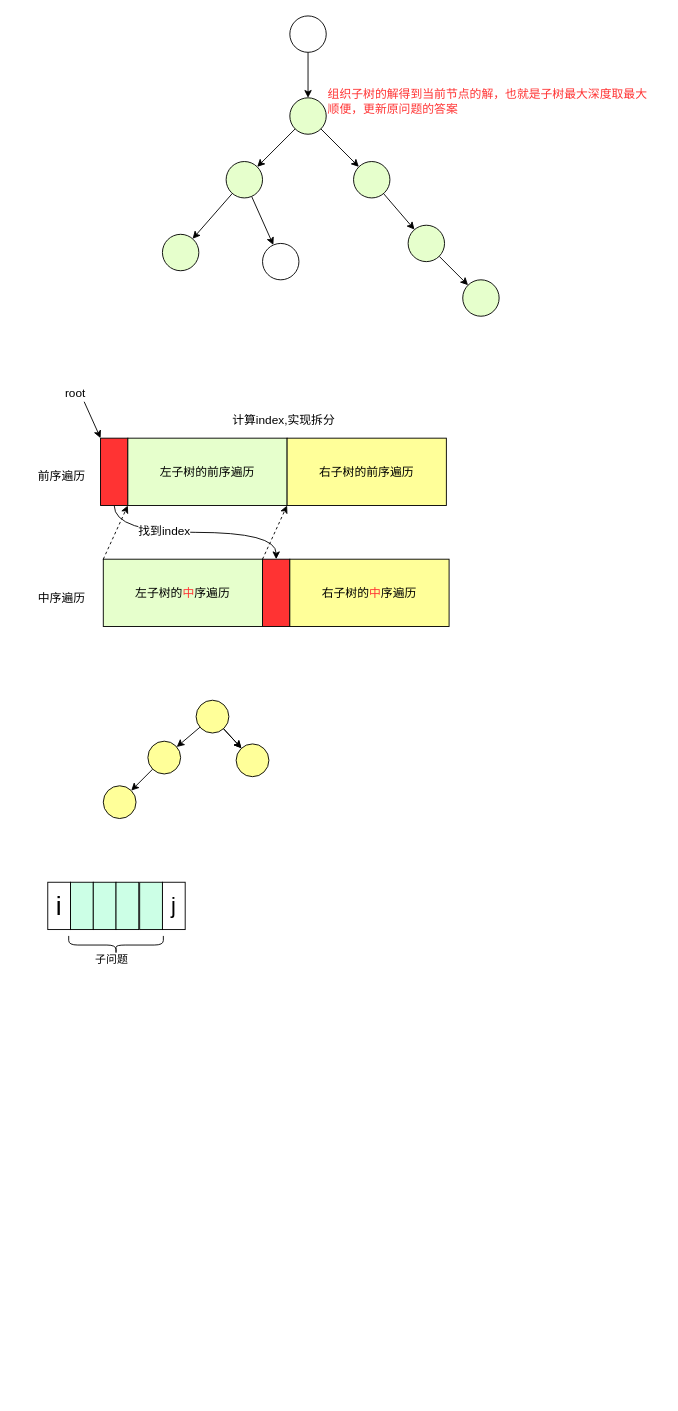
The draw.io diagram page "算法" (6 of 8) of docs/algorithm/算法.drawio in luckywind/TechWorld, before the edit. Source tidied: cells renumbered, new cells numbered last; positions are measured from the earlier drawing's top-left corner, leaving out a move shared by most shapes. Both pictures are drawn from the tidied source at 91%, with x=0, y=0 at pixel (29, 15).
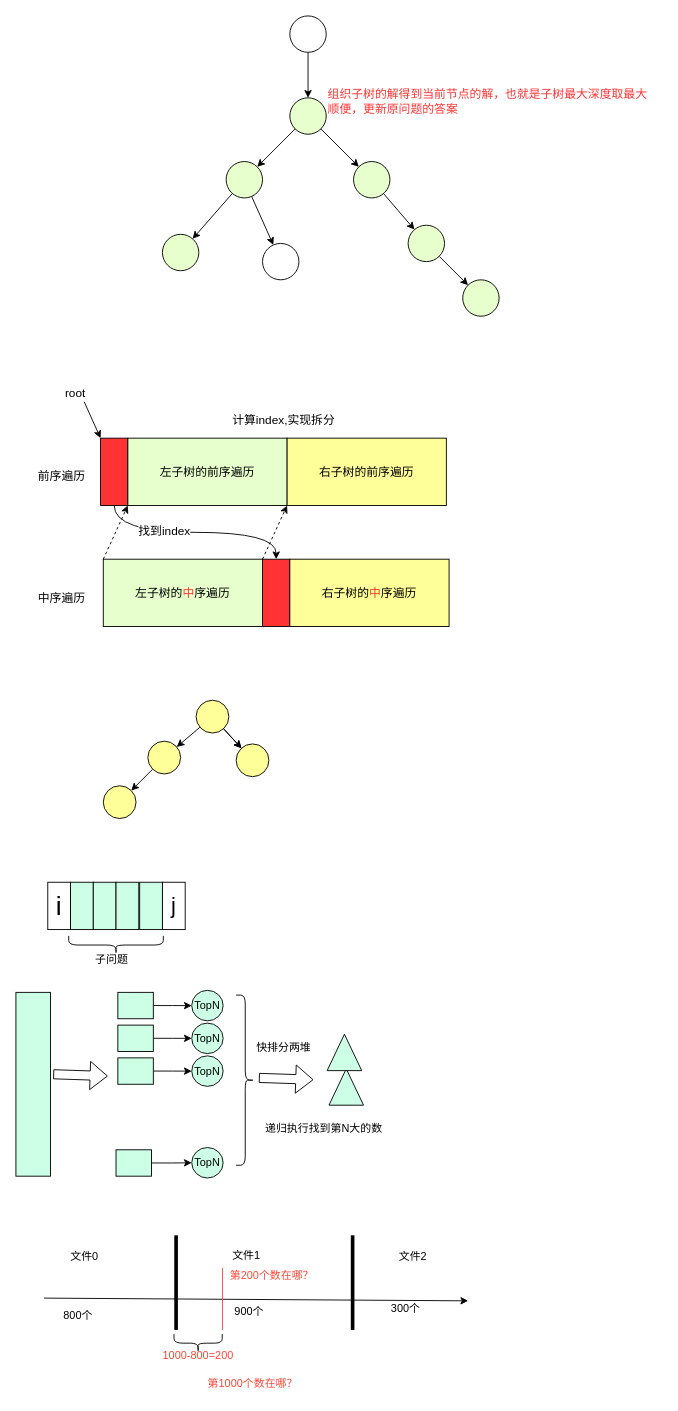
After the change.

The edit, as a diff of the source:
```diff
@@
+    <mxCell id="49" style="rounded=0;whiteSpace=wrap;html=1;fillColor=#CCFFE6;" parent="1" vertex="1">
+      <mxGeometry x="-15" y="1073" width="38" height="202" as="geometry" />
+    </mxCell>
+    <mxCell id="50" style="edgeStyle=orthogonalEdgeStyle;rounded=0;jettySize=auto;html=1;" parent="1" edge="1" source="51" target="59">
+      <mxGeometry relative="1" as="geometry" />
+    </mxCell>
+    <mxCell id="51" style="rounded=0;whiteSpace=wrap;html=1;fillColor=#CCFFE6;" parent="1" vertex="1">
+      <mxGeometry x="97" y="1073" width="39" height="29" as="geometry" />
+    </mxCell>
+    <mxCell id="52" style="edgeStyle=orthogonalEdgeStyle;rounded=0;jettySize=auto;html=1;exitX=1;exitY=0.5;exitDx=0;exitDy=0;entryX=0;entryY=0.5;entryDx=0;entryDy=0;" parent="1" edge="1" source="53" target="60">
+      <mxGeometry relative="1" as="geometry" />
+    </mxCell>
+    <mxCell id="53" style="rounded=0;whiteSpace=wrap;html=1;fillColor=#CCFFE6;" parent="1" vertex="1">
+      <mxGeometry x="97" y="1109" width="39" height="29" as="geometry" />
+    </mxCell>
+    <mxCell id="54" style="edgeStyle=orthogonalEdgeStyle;rounded=0;jettySize=auto;html=1;exitX=1;exitY=0.5;exitDx=0;exitDy=0;" parent="1" edge="1" source="55" target="61">
+      <mxGeometry relative="1" as="geometry" />
+    </mxCell>
+    <mxCell id="55" style="rounded=0;whiteSpace=wrap;html=1;fillColor=#CCFFE6;" parent="1" vertex="1">
+      <mxGeometry x="97" y="1145" width="39" height="29" as="geometry" />
+    </mxCell>
+    <mxCell id="56" style="edgeStyle=orthogonalEdgeStyle;rounded=0;jettySize=auto;html=1;exitX=1;exitY=0.5;exitDx=0;exitDy=0;" parent="1" edge="1" source="57" target="62">
+      <mxGeometry relative="1" as="geometry" />
+    </mxCell>
+    <mxCell id="57" style="rounded=0;whiteSpace=wrap;html=1;fillColor=#CCFFE6;" parent="1" vertex="1">
+      <mxGeometry x="95" y="1246" width="39" height="29" as="geometry" />
+    </mxCell>
+    <mxCell id="58" style="shape=flexArrow;endArrow=classic;html=1;rounded=0;" parent="1" edge="1">
+      <mxGeometry relative="1" as="geometry">
+        <mxPoint x="26" y="1163" as="sourcePoint" />
+        <mxPoint x="86" y="1165" as="targetPoint" />
+      </mxGeometry>
+    </mxCell>
+    <mxCell id="59" value="TopN" style="ellipse;whiteSpace=wrap;html=1;fillColor=#CCFFE6;rounded=0;" parent="1" vertex="1">
+      <mxGeometry x="178.2" y="1070.8" width="34.5" height="33.5" as="geometry" />
+    </mxCell>
+    <mxCell id="60" value="TopN" style="ellipse;whiteSpace=wrap;html=1;fillColor=#CCFFE6;rounded=0;" parent="1" vertex="1">
+      <mxGeometry x="178.2" y="1106.8" width="34.5" height="33.5" as="geometry" />
+    </mxCell>
+    <mxCell id="61" value="TopN" style="ellipse;whiteSpace=wrap;html=1;fillColor=#CCFFE6;rounded=0;" parent="1" vertex="1">
+      <mxGeometry x="178.2" y="1142.8" width="34.5" height="33.5" as="geometry" />
+    </mxCell>
+    <mxCell id="62" value="TopN" style="ellipse;whiteSpace=wrap;html=1;fillColor=#CCFFE6;rounded=0;" parent="1" vertex="1">
+      <mxGeometry x="178.2" y="1243.5" width="34.5" height="33.5" as="geometry" />
+    </mxCell>
+    <mxCell id="63" style="shape=curlyBracket;whiteSpace=wrap;html=1;rounded=1;flipH=1;fillColor=#CCFFE6;" parent="1" vertex="1">
+      <mxGeometry x="227" y="1076" width="20" height="187" as="geometry" />
+    </mxCell>
+    <mxCell id="64" style="triangle;whiteSpace=wrap;html=1;fillColor=#CCFFE6;rotation=-90;" parent="1" vertex="1">
+      <mxGeometry x="328" y="1158" width="40" height="38" as="geometry" />
+    </mxCell>
+    <mxCell id="65" style="shape=flexArrow;endArrow=classic;html=1;rounded=0;" parent="1" edge="1">
+      <mxGeometry relative="1" as="geometry">
+        <mxPoint x="252" y="1167" as="sourcePoint" />
+        <mxPoint x="312" y="1169" as="targetPoint" />
+      </mxGeometry>
+    </mxCell>
+    <mxCell id="66" value="快排分两堆" style="text;html=1;align=center;verticalAlign=middle;strokeColor=none;fillColor=none;" parent="1" vertex="1">
+      <mxGeometry x="239.5" y="1121" width="78" height="26" as="geometry" />
+    </mxCell>
+    <mxCell id="67" style="triangle;whiteSpace=wrap;html=1;fillColor=#CCFFE6;rotation=-90;" parent="1" vertex="1">
+      <mxGeometry x="326" y="1120" width="40" height="38" as="geometry" />
+    </mxCell>
+    <mxCell id="68" value="递归执行找到第N大的数" style="text;html=1;align=center;verticalAlign=middle;strokeColor=none;fillColor=none;" parent="1" vertex="1">
+      <mxGeometry x="249" y="1210" width="147" height="26" as="geometry" />
+    </mxCell>
+    <mxCell id="69" style="line;strokeWidth=4;direction=south;html=1;perimeter=backbonePerimeter;fillColor=#CCFFE6;" parent="1" vertex="1">
+      <mxGeometry x="156" y="1340" width="10" height="104" as="geometry" />
+    </mxCell>
+    <mxCell id="70" style="line;strokeWidth=4;direction=south;html=1;perimeter=backbonePerimeter;fillColor=#CCFFE6;" parent="1" vertex="1">
+      <mxGeometry x="350" y="1340" width="10" height="104" as="geometry" />
+    </mxCell>
+    <mxCell id="71" value="文件0" style="text;html=1;align=center;verticalAlign=middle;strokeColor=none;fillColor=none;" parent="1" vertex="1">
+      <mxGeometry x="35" y="1351" width="49" height="26" as="geometry" />
+    </mxCell>
+    <mxCell id="72" value="文件1" style="text;html=1;align=center;verticalAlign=middle;strokeColor=none;fillColor=none;" parent="1" vertex="1">
+      <mxGeometry x="213" y="1350" width="49" height="26" as="geometry" />
+    </mxCell>
+    <mxCell id="73" value="文件2" style="text;html=1;align=center;verticalAlign=middle;strokeColor=none;fillColor=none;" parent="1" vertex="1">
+      <mxGeometry x="396" y="1351" width="49" height="26" as="geometry" />
+    </mxCell>
+    <mxCell id="74" value="800个" style="text;html=1;align=center;verticalAlign=middle;strokeColor=none;fillColor=none;" parent="1" vertex="1">
+      <mxGeometry x="28" y="1415" width="50" height="26" as="geometry" />
+    </mxCell>
+    <mxCell id="75" value="900个" style="text;html=1;align=center;verticalAlign=middle;strokeColor=none;fillColor=none;" parent="1" vertex="1">
+      <mxGeometry x="216" y="1411" width="50" height="26" as="geometry" />
+    </mxCell>
+    <mxCell id="76" value="300个" style="text;html=1;align=center;verticalAlign=middle;strokeColor=none;fillColor=none;" parent="1" vertex="1">
+      <mxGeometry x="388" y="1408" width="50" height="26" as="geometry" />
+    </mxCell>
+    <mxCell id="77" style="endArrow=classic;html=1;rounded=0;" parent="1" edge="1">
+      <mxGeometry relative="1" as="geometry">
+        <mxPoint x="16" y="1409" as="sourcePoint" />
+        <mxPoint x="482" y="1412" as="targetPoint" />
+      </mxGeometry>
+    </mxCell>
+    <mxCell id="78" value="&lt;font color=&quot;#ff4538&quot;&gt;第1000个数在哪？&lt;/font&gt;" style="text;html=1;align=center;verticalAlign=middle;strokeColor=none;fillColor=none;" parent="1" vertex="1">
+      <mxGeometry x="186" y="1490" width="117" height="26" as="geometry" />
+    </mxCell>
+    <mxCell id="79" style="endArrow=none;html=1;rounded=0;fontColor=#FF4538;strokeColor=#FF4538;" parent="1" edge="1">
+      <mxGeometry relative="1" as="geometry">
+        <mxPoint x="212" y="1444" as="sourcePoint" />
+        <mxPoint x="212" y="1376" as="targetPoint" />
+      </mxGeometry>
+    </mxCell>
+    <mxCell id="80" style="shape=curlyBracket;whiteSpace=wrap;html=1;rounded=1;fontColor=#FF4538;fillColor=#CCFFE6;rotation=-90;size=0.5;" parent="1" vertex="1">
+      <mxGeometry x="175.2" y="1432" width="20" height="53" as="geometry" />
+    </mxCell>
+    <mxCell id="81" value="1000-800=200" style="text;html=1;align=center;verticalAlign=middle;strokeColor=none;fillColor=none;fontColor=#FF4538;" parent="1" vertex="1">
+      <mxGeometry x="137.2" y="1459" width="96" height="26" as="geometry" />
+    </mxCell>
+    <mxCell id="82" value="&lt;font color=&quot;#ff4538&quot;&gt;第200个数在哪？&lt;/font&gt;" style="text;html=1;align=center;verticalAlign=middle;strokeColor=none;fillColor=none;" parent="1" vertex="1">
+      <mxGeometry x="211" y="1371" width="110" height="26" as="geometry" />
+    </mxCell>
```
